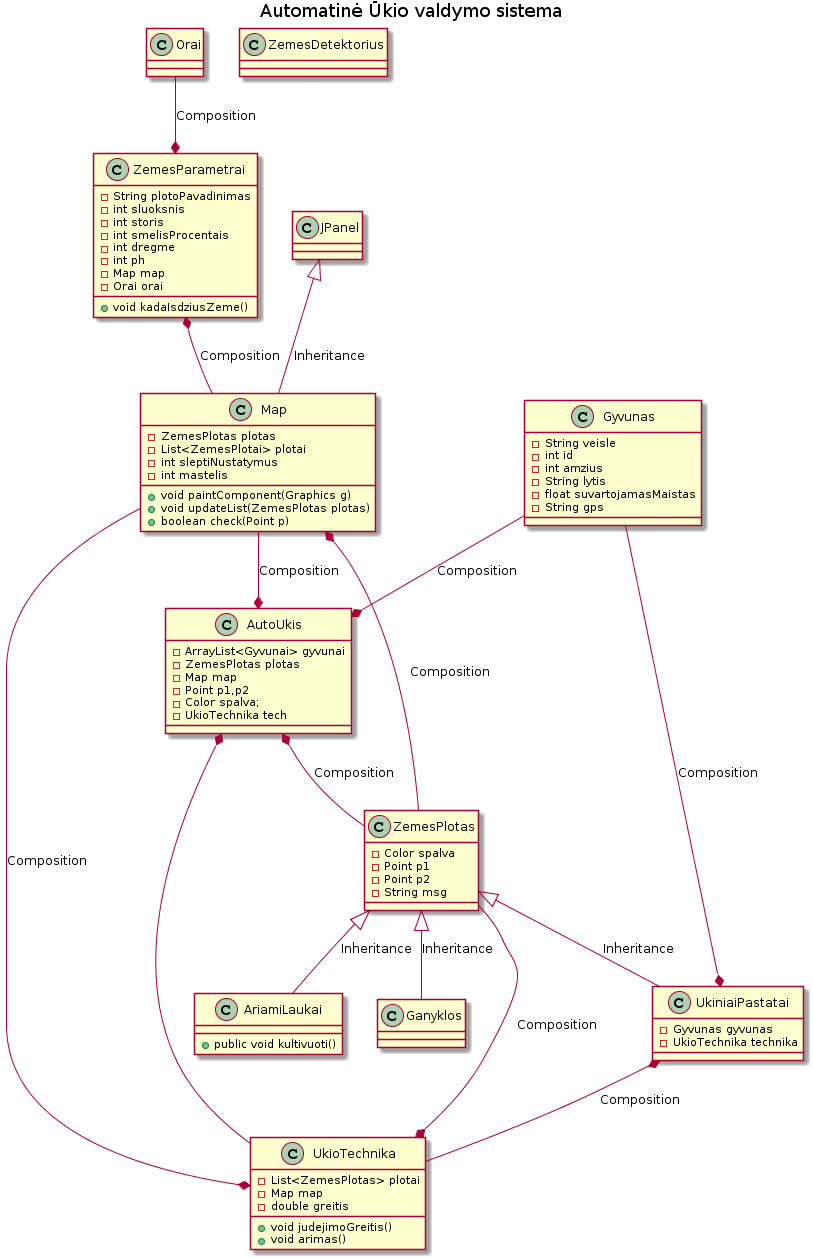
Above: UMLpic.png in macro161/autoukis (PlantUML), before the change. The source it was exported from:
```plantuml
@startuml
title Automatin? ?kio valdymo sistema

class AriamiLaukai{
	+public void kultivuoti()
}
class AutoUkis{
	-ArrayList<Gyvunai> gyvunai
	-ZemesPlotas plotas
	-Map map
	-Point p1,p2
	-Color spalva;
	-UkioTechnika tech
	}
class Ganyklos
class Gyvunas{
	-String veisle
	-int id
	-int amzius
	-String lytis
	-float suvartojamasMaistas
	-String gps
}
class Map{
	-ZemesPlotas plotas
	-List<ZemesPlotai> plotai
	-int sleptiNustatymus
	-int mastelis
	+void paintComponent(Graphics g)
	+void updateList(ZemesPlotas plotas)
	+boolean check(Point p)
}
class Orai
class UkiniaiPastatai{
	-Gyvunas gyvunas
	-UkioTechnika technika
}
class UkioTechnika{
	-List<ZemesPlotas> plotai
	-Map map
	-double greitis
	+void judejimoGreitis()
	+void arimas()
}
class ZemesDetektorius
class ZemesParametrai{
	-String plotoPavadinimas
	-int sluoksnis
	-int storis
	-int smelisProcentais
	-int dregme
	-int ph
	-Map map
	-Orai orai
	+void kadaIsdziusZeme()

}
class ZemesPlotas{
	-Color spalva
	-Point p1
	-Point p2
	-String msg
}
class JPanel



AutoUkis *-up- Gyvunas: Composition
AutoUkis *-down- ZemesPlotas: Composition
AutoUkis *-up- Map: Composition
AutoUkis *-down- UkioTechnika
ZemesPlotas <|-down- AriamiLaukai: Inheritance
ZemesPlotas <|-down- Ganyklos: Inheritance
JPanel <|-down- Map: Inheritance
Map *-up- ZemesPlotas: Composition
ZemesPlotas <|-down- UkiniaiPastatai: Inheritance
UkiniaiPastatai *-up- Gyvunas: Composition
UkiniaiPastatai *-down- UkioTechnika: Composition
UkioTechnika *-up- ZemesPlotas: Composition
UkioTechnika *-up- Map: Composition
ZemesParametrai *-down- Map: Composition
ZemesParametrai *-up- Orai: Composition
@enduml
```
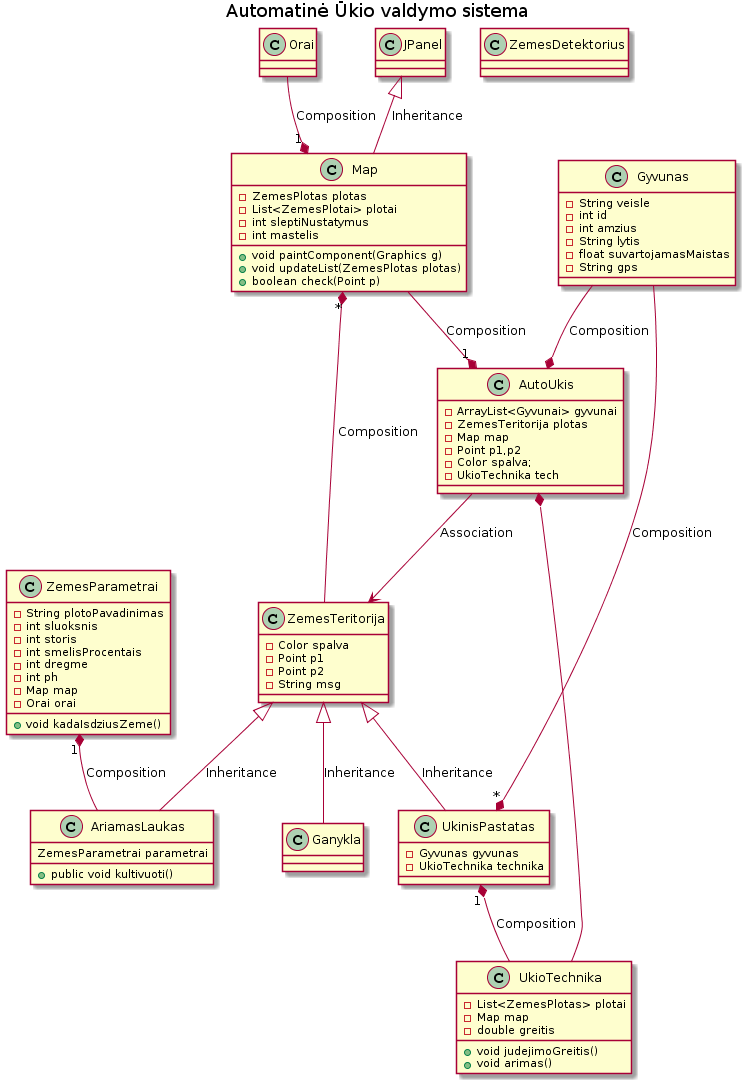
After the change.

Commit message:
UML update + ploto skaičiavimas

Diff of the diagram source:
```diff
@@ -1,18 +1,19 @@
 @startuml
 title Automatin? ?kio valdymo sistema
 
-class AriamiLaukai{
+class AriamasLaukas{
+    ZemesParametrai parametrai
 	+public void kultivuoti()
 }
 class AutoUkis{
 	-ArrayList<Gyvunai> gyvunai
-	-ZemesPlotas plotas
+	-ZemesTeritorija plotas
 	-Map map
 	-Point p1,p2
 	-Color spalva;
 	-UkioTechnika tech
 	}
-class Ganyklos
+class Ganykla
 class Gyvunas{
 	-String veisle
 	-int id
@@ -31,7 +32,7 @@
 	+boolean check(Point p)
 }
 class Orai
-class UkiniaiPastatai{
+class UkinisPastatas{
 	-Gyvunas gyvunas
 	-UkioTechnika technika
 }
@@ -55,7 +56,7 @@
 	+void kadaIsdziusZeme()
 
 }
-class ZemesPlotas{
+class ZemesTeritorija{
 	-Color spalva
 	-Point p1
 	-Point p2
@@ -66,18 +67,16 @@
 
 
 AutoUkis *-up- Gyvunas: Composition
-AutoUkis *-down- ZemesPlotas: Composition
-AutoUkis *-up- Map: Composition
+AutoUkis --> ZemesTeritorija: Association
+AutoUkis "1"*-up- Map: Composition
 AutoUkis *-down- UkioTechnika
-ZemesPlotas <|-down- AriamiLaukai: Inheritance
-ZemesPlotas <|-down- Ganyklos: Inheritance
+ZemesTeritorija <|-down- AriamasLaukas: Inheritance
+ZemesTeritorija <|-down- Ganykla: Inheritance
 JPanel <|-down- Map: Inheritance
-Map *-up- ZemesPlotas: Composition
-ZemesPlotas <|-down- UkiniaiPastatai: Inheritance
-UkiniaiPastatai *-up- Gyvunas: Composition
-UkiniaiPastatai *-down- UkioTechnika: Composition
-UkioTechnika *-up- ZemesPlotas: Composition
-UkioTechnika *-up- Map: Composition
-ZemesParametrai *-down- Map: Composition
-ZemesParametrai *-up- Orai: Composition
+Map "*"*-up- ZemesTeritorija: Composition
+ZemesTeritorija <|-down- UkinisPastatas: Inheritance
+UkinisPastatas "*"*-up- Gyvunas: Composition
+UkinisPastatas "1"*-down- UkioTechnika: Composition
+ZemesParametrai "1"*-down- AriamasLaukas: Composition
+Map "1"*-up- Orai: Composition
 @enduml
```
